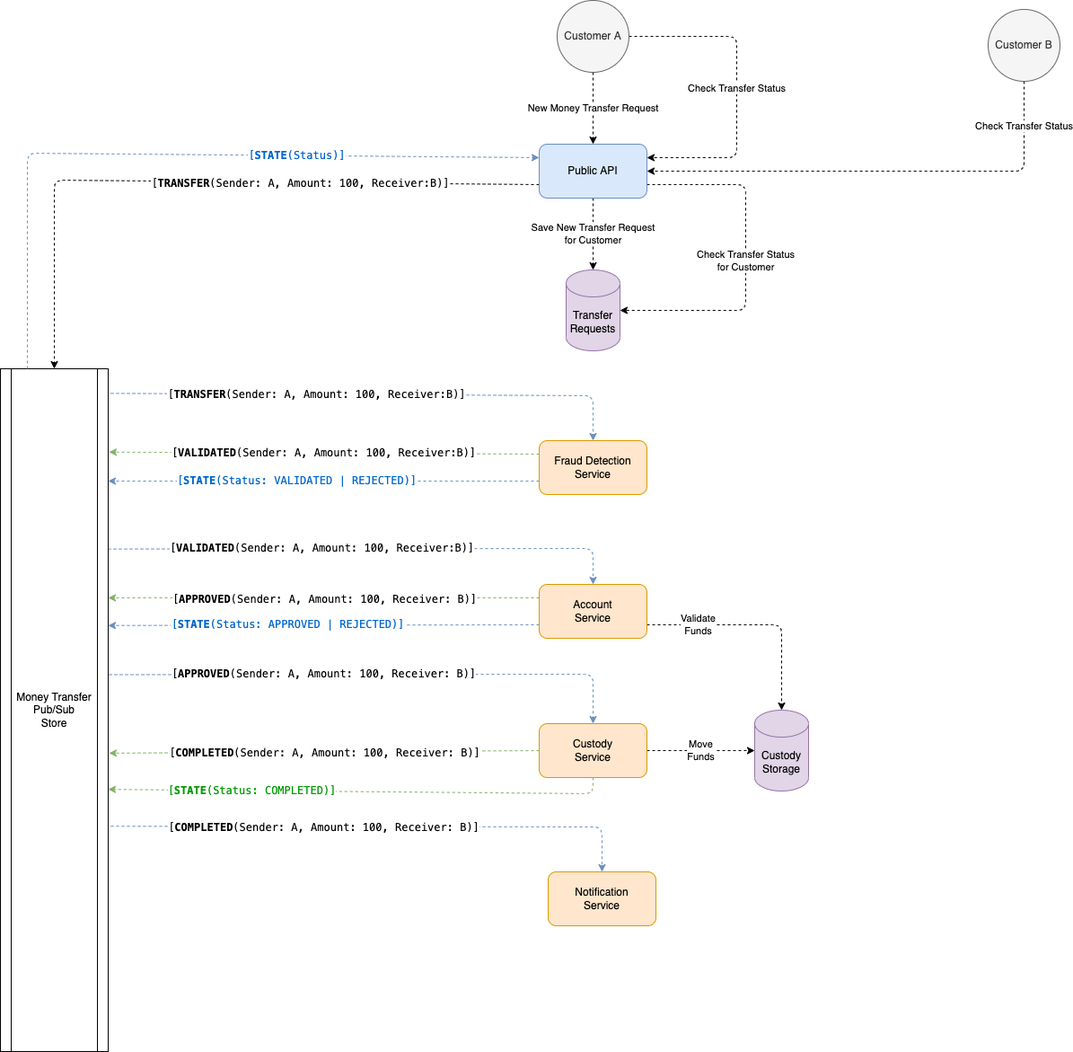
Above: docs/flow.drawio.png in sujitdmello/java-banking-pubsub-dapr-sample (draw.io), before the change. Source tidied: cells renumbered, new cells last; positions are measured from the earlier drawing's top-left corner, leaving out a move shared by most shapes.
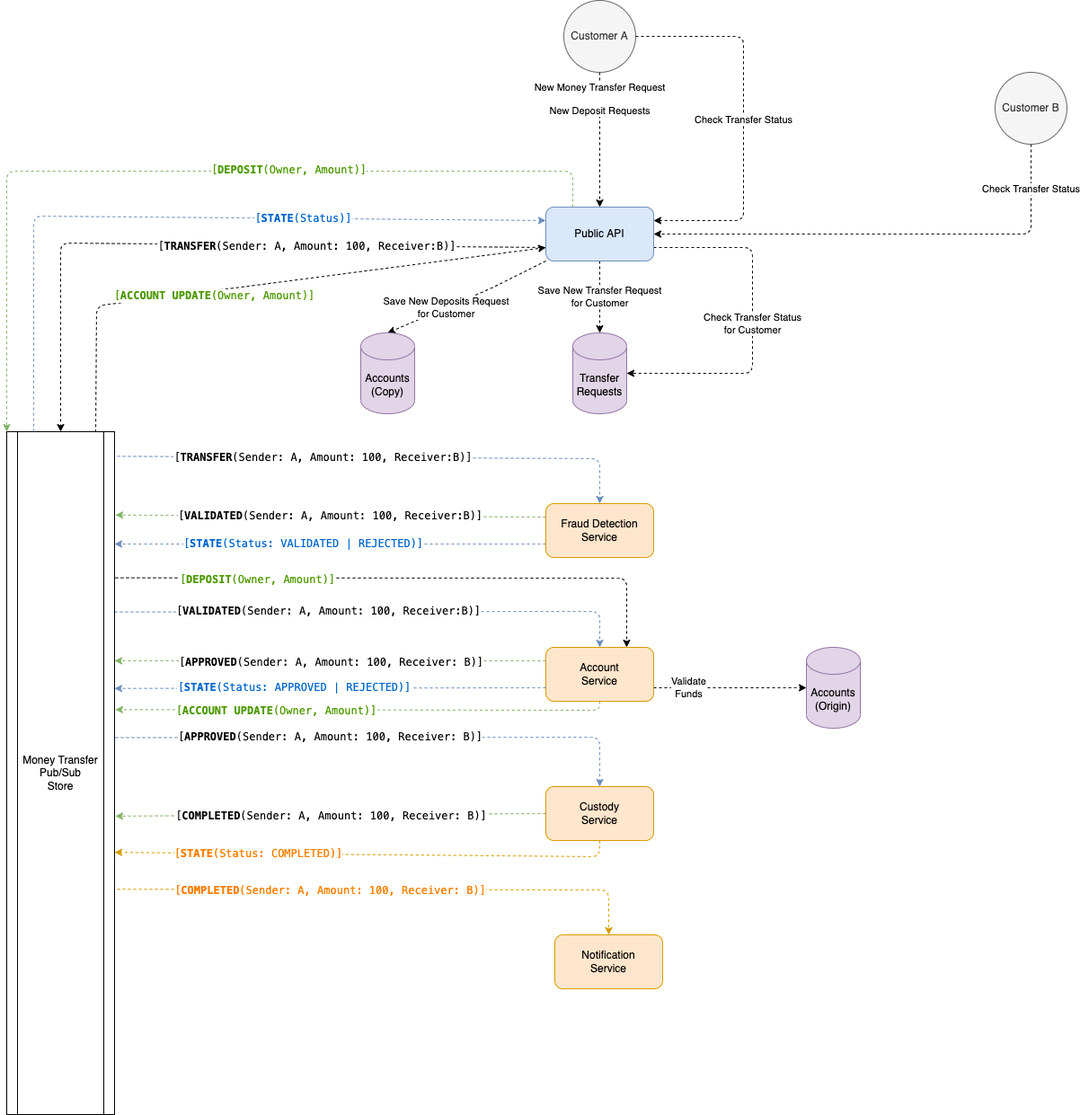
After the commit.

Commit message:
updated implementation with account copy approach

The edit, as a diff of the source:
```diff
@@ -2,19 +2,19 @@
   <root>
     <mxCell id="0" />
     <mxCell id="1" parent="0" />
-    <mxCell id="2" value="New Money Transfer Request" style="edgeStyle=none;html=1;entryX=0.5;entryY=0;entryDx=0;entryDy=0;dashed=1;" parent="1" edge="1" source="4" target="8">
-      <mxGeometry relative="1" as="geometry" />
+    <mxCell id="2" value="New Money Transfer Request&lt;br&gt;&lt;br&gt;New Deposit Requests" style="edgeStyle=none;html=1;entryX=0.5;entryY=0;entryDx=0;entryDy=0;dashed=1;" parent="1" edge="1" source="4" target="8">
+      <mxGeometry x="-0.6" relative="1" as="geometry" />
     </mxCell>
     <mxCell id="3" value="Check Transfer Status" style="edgeStyle=none;html=1;entryX=1;entryY=0.25;entryDx=0;entryDy=0;exitX=1;exitY=0.5;exitDx=0;exitDy=0;dashed=1;" parent="1" edge="1" source="4" target="8">
       <mxGeometry relative="1" as="geometry">
         <Array as="points">
-          <mxPoint x="820" y="40" />
+          <mxPoint x="820" y="-30" />
           <mxPoint x="820" y="175" />
         </Array>
       </mxGeometry>
     </mxCell>
     <mxCell id="4" value="Customer A" style="ellipse;whiteSpace=wrap;html=1;fillColor=#f5f5f5;fontColor=#333333;strokeColor=#666666;" parent="1" vertex="1">
-      <mxGeometry x="620" width="80" height="80" as="geometry" />
+      <mxGeometry x="620" y="-70" width="80" height="80" as="geometry" />
     </mxCell>
     <mxCell id="5" value="&lt;div style=&quot;font-family: &amp;quot;Cascadia Code Mono&amp;quot;, Menlo, Monaco, &amp;quot;Courier New&amp;quot;, monospace, Menlo, Monaco, &amp;quot;Courier New&amp;quot;, monospace; font-size: 12px; line-height: 18px;&quot;&gt;[&lt;b&gt;TRANSFER&lt;/b&gt;(Sender: A, Amount: 100, Receiver:B)]&lt;/div&gt;" style="edgeStyle=none;html=1;entryX=0.5;entryY=0;entryDx=0;entryDy=0;dashed=1;exitX=0;exitY=0.75;exitDx=0;exitDy=0;" parent="1" edge="1" source="8" target="15">
       <mxGeometry x="-0.29" relative="1" as="geometry">
@@ -34,6 +34,27 @@
         </Array>
       </mxGeometry>
     </mxCell>
+    <mxCell id="35" style="edgeStyle=none;html=1;entryX=0.5;entryY=0;entryDx=0;entryDy=0;entryPerimeter=0;dashed=1;" parent="1" edge="1" source="8" target="45">
+      <mxGeometry relative="1" as="geometry">
+        <Array as="points">
+          <mxPoint x="540" y="250" />
+        </Array>
+      </mxGeometry>
+    </mxCell>
+    <mxCell id="36" value="Save New Deposits Request&lt;br style=&quot;border-color: var(--border-color);&quot;&gt;for Customer" style="edgeLabel;html=1;align=center;verticalAlign=middle;" parent="35" vertex="1">
+      <mxGeometry x="0.28" y="-1" relative="1" as="geometry" />
+    </mxCell>
+    <mxCell id="37" style="edgeStyle=none;html=1;entryX=0;entryY=0;entryDx=0;entryDy=0;dashed=1;exitX=0.25;exitY=0;exitDx=0;exitDy=0;fillColor=#d5e8d4;strokeColor=#82b366;" parent="1" edge="1" source="8" target="15">
+      <mxGeometry relative="1" as="geometry">
+        <Array as="points">
+          <mxPoint x="630" y="120" />
+          <mxPoint y="120" />
+        </Array>
+      </mxGeometry>
+    </mxCell>
+    <mxCell id="38" value="&lt;span style=&quot;border-color: var(--border-color); font-family: &amp;quot;Cascadia Code Mono&amp;quot;, Menlo, Monaco, &amp;quot;Courier New&amp;quot;, monospace, Menlo, Monaco, &amp;quot;Courier New&amp;quot;, monospace; font-size: 12px;&quot;&gt;[&lt;b style=&quot;border-color: var(--border-color);&quot;&gt;DEPOSIT&lt;/b&gt;&lt;/span&gt;&lt;span style=&quot;border-color: var(--border-color); font-family: &amp;quot;Cascadia Code Mono&amp;quot;, Menlo, Monaco, &amp;quot;Courier New&amp;quot;, monospace, Menlo, Monaco, &amp;quot;Courier New&amp;quot;, monospace; font-size: 12px;&quot;&gt;(Owner, Amount)]&lt;/span&gt;" style="edgeLabel;html=1;align=center;verticalAlign=middle;fontColor=#4D9900;" parent="37" vertex="1">
+      <mxGeometry x="-0.26" y="-2" relative="1" as="geometry" />
+    </mxCell>
     <mxCell id="8" value="Public API" style="rounded=1;whiteSpace=wrap;html=1;fillColor=#dae8fc;strokeColor=#6c8ebf;" parent="1" vertex="1">
       <mxGeometry x="600" y="160" width="120" height="60" as="geometry" />
     </mxCell>
@@ -63,18 +84,40 @@
         </Array>
       </mxGeometry>
     </mxCell>
-    <mxCell id="13" style="edgeStyle=none;html=1;entryX=0.5;entryY=0;entryDx=0;entryDy=0;exitX=1.025;exitY=0.67;exitDx=0;exitDy=0;exitPerimeter=0;dashed=1;fillColor=#dae8fc;strokeColor=#6c8ebf;" parent="1" edge="1" source="15" target="28">
+    <mxCell id="13" style="edgeStyle=none;html=1;entryX=0.5;entryY=0;entryDx=0;entryDy=0;exitX=1.025;exitY=0.67;exitDx=0;exitDy=0;exitPerimeter=0;dashed=1;fillColor=#ffe6cc;strokeColor=#d79b00;" parent="1" edge="1" source="15" target="28">
       <mxGeometry relative="1" as="geometry">
         <Array as="points">
           <mxPoint x="670" y="920" />
         </Array>
       </mxGeometry>
     </mxCell>
-    <mxCell id="14" value="&lt;span style=&quot;font-family: &amp;quot;Cascadia Code Mono&amp;quot;, Menlo, Monaco, &amp;quot;Courier New&amp;quot;, monospace, Menlo, Monaco, &amp;quot;Courier New&amp;quot;, monospace; font-size: 12px;&quot;&gt;[&lt;/span&gt;&lt;b style=&quot;border-color: var(--border-color); font-family: &amp;quot;Cascadia Code Mono&amp;quot;, Menlo, Monaco, &amp;quot;Courier New&amp;quot;, monospace, Menlo, Monaco, &amp;quot;Courier New&amp;quot;, monospace; font-size: 12px;&quot;&gt;COMPLETED&lt;/b&gt;&lt;span style=&quot;font-family: &amp;quot;Cascadia Code Mono&amp;quot;, Menlo, Monaco, &amp;quot;Courier New&amp;quot;, monospace, Menlo, Monaco, &amp;quot;Courier New&amp;quot;, monospace; font-size: 12px;&quot;&gt;(Sender: A, Amount: 100, Receiver: B)]&lt;/span&gt;" style="edgeLabel;html=1;align=center;verticalAlign=middle;" parent="13" vertex="1">
+    <mxCell id="14" value="&lt;span style=&quot;font-family: &amp;quot;Cascadia Code Mono&amp;quot;, Menlo, Monaco, &amp;quot;Courier New&amp;quot;, monospace, Menlo, Monaco, &amp;quot;Courier New&amp;quot;, monospace; font-size: 12px;&quot;&gt;[&lt;/span&gt;&lt;b style=&quot;border-color: var(--border-color); font-family: &amp;quot;Cascadia Code Mono&amp;quot;, Menlo, Monaco, &amp;quot;Courier New&amp;quot;, monospace, Menlo, Monaco, &amp;quot;Courier New&amp;quot;, monospace; font-size: 12px;&quot;&gt;COMPLETED&lt;/b&gt;&lt;span style=&quot;font-family: &amp;quot;Cascadia Code Mono&amp;quot;, Menlo, Monaco, &amp;quot;Courier New&amp;quot;, monospace, Menlo, Monaco, &amp;quot;Courier New&amp;quot;, monospace; font-size: 12px;&quot;&gt;(Sender: A, Amount: 100, Receiver: B)]&lt;/span&gt;" style="edgeLabel;html=1;align=center;verticalAlign=middle;fontColor=#FF8000;" parent="13" vertex="1">
       <mxGeometry x="-0.72" y="-1" relative="1" as="geometry">
         <mxPoint x="154" as="offset" />
       </mxGeometry>
     </mxCell>
+    <mxCell id="39" style="edgeStyle=none;html=1;entryX=0.75;entryY=0;entryDx=0;entryDy=0;dashed=1;exitX=1.008;exitY=0.214;exitDx=0;exitDy=0;exitPerimeter=0;" parent="1" edge="1" source="15" target="22">
+      <mxGeometry relative="1" as="geometry">
+        <Array as="points">
+          <mxPoint x="690" y="573" />
+        </Array>
+      </mxGeometry>
+    </mxCell>
+    <mxCell id="40" value="&lt;span style=&quot;border-color: var(--border-color); font-family: &amp;quot;Cascadia Code Mono&amp;quot;, Menlo, Monaco, &amp;quot;Courier New&amp;quot;, monospace, Menlo, Monaco, &amp;quot;Courier New&amp;quot;, monospace; font-size: 12px;&quot;&gt;[&lt;b style=&quot;border-color: var(--border-color);&quot;&gt;DEPOSIT&lt;/b&gt;&lt;/span&gt;&lt;span style=&quot;border-color: var(--border-color); font-family: &amp;quot;Cascadia Code Mono&amp;quot;, Menlo, Monaco, &amp;quot;Courier New&amp;quot;, monospace, Menlo, Monaco, &amp;quot;Courier New&amp;quot;, monospace; font-size: 12px;&quot;&gt;(Owner, Amount)]&lt;/span&gt;" style="edgeLabel;html=1;align=center;verticalAlign=middle;fontColor=#4D9900;" parent="39" vertex="1">
+      <mxGeometry x="-0.51" y="-2" relative="1" as="geometry" />
+    </mxCell>
+    <mxCell id="41" style="edgeStyle=none;html=1;entryX=0;entryY=0.75;entryDx=0;entryDy=0;dashed=1;exitX=0.825;exitY=0.001;exitDx=0;exitDy=0;exitPerimeter=0;" parent="1" edge="1" source="15" target="8">
+      <mxGeometry relative="1" as="geometry">
+        <Array as="points">
+          <mxPoint x="100" y="270" />
+        </Array>
+      </mxGeometry>
+    </mxCell>
+    <mxCell id="42" value="&lt;span style=&quot;border-color: var(--border-color); font-family: &amp;quot;Cascadia Code Mono&amp;quot;, Menlo, Monaco, &amp;quot;Courier New&amp;quot;, monospace, Menlo, Monaco, &amp;quot;Courier New&amp;quot;, monospace; font-size: 12px;&quot;&gt;[&lt;b style=&quot;border-color: var(--border-color);&quot;&gt;ACCOUNT UPDATE&lt;/b&gt;&lt;/span&gt;&lt;span style=&quot;border-color: var(--border-color); font-family: &amp;quot;Cascadia Code Mono&amp;quot;, Menlo, Monaco, &amp;quot;Courier New&amp;quot;, monospace, Menlo, Monaco, &amp;quot;Courier New&amp;quot;, monospace; font-size: 12px;&quot;&gt;(Owner, Amount)]&lt;/span&gt;" style="edgeLabel;html=1;align=center;verticalAlign=middle;fontColor=#4D9900;" parent="41" vertex="1">
+      <mxGeometry x="-0.35" y="3" relative="1" as="geometry">
+        <mxPoint x="61" y="1" as="offset" />
+      </mxGeometry>
+    </mxCell>
     <mxCell id="15" value="Money Transfer&lt;br&gt;Pub/Sub&lt;br&gt;Store" style="shape=process;whiteSpace=wrap;html=1;backgroundOutline=1;" parent="1" vertex="1">
       <mxGeometry y="410" width="120" height="760" as="geometry" />
     </mxCell>
@@ -89,7 +132,7 @@
     <mxCell id="18" value="Fraud Detection&lt;br&gt;Service" style="rounded=1;whiteSpace=wrap;html=1;fillColor=#ffe6cc;strokeColor=#d79b00;" parent="1" vertex="1">
       <mxGeometry x="600" y="490" width="120" height="60" as="geometry" />
     </mxCell>
-    <mxCell id="19" value="Validate&lt;br&gt;Funds" style="edgeStyle=none;html=1;dashed=1;entryX=0.5;entryY=0;entryDx=0;entryDy=0;entryPerimeter=0;exitX=1;exitY=0.75;exitDx=0;exitDy=0;" parent="1" edge="1" source="22" target="27">
+    <mxCell id="19" value="Validate&lt;br&gt;Funds" style="edgeStyle=none;html=1;dashed=1;entryX=0;entryY=0.5;entryDx=0;entryDy=0;entryPerimeter=0;exitX=1;exitY=0.75;exitDx=0;exitDy=0;" parent="1" edge="1" source="22" target="27">
       <mxGeometry x="-0.54" relative="1" as="geometry">
         <Array as="points">
           <mxPoint x="870" y="695" />
@@ -106,12 +149,21 @@
         <mxPoint x="108" y="-1" as="offset" />
       </mxGeometry>
     </mxCell>
+    <mxCell id="43" style="edgeStyle=none;html=1;entryX=1.008;entryY=0.407;entryDx=0;entryDy=0;entryPerimeter=0;dashed=1;exitX=0.5;exitY=1;exitDx=0;exitDy=0;fillColor=#d5e8d4;strokeColor=#82b366;" parent="1" edge="1" source="22" target="15">
+      <mxGeometry relative="1" as="geometry">
+        <Array as="points">
+          <mxPoint x="660" y="720" />
+        </Array>
+      </mxGeometry>
+    </mxCell>
+    <mxCell id="44" value="&lt;span style=&quot;border-color: var(--border-color); font-family: &amp;quot;Cascadia Code Mono&amp;quot;, Menlo, Monaco, &amp;quot;Courier New&amp;quot;, monospace, Menlo, Monaco, &amp;quot;Courier New&amp;quot;, monospace; font-size: 12px;&quot;&gt;[&lt;b style=&quot;border-color: var(--border-color);&quot;&gt;ACCOUNT UPDATE&lt;/b&gt;&lt;/span&gt;&lt;span style=&quot;border-color: var(--border-color); font-family: &amp;quot;Cascadia Code Mono&amp;quot;, Menlo, Monaco, &amp;quot;Courier New&amp;quot;, monospace, Menlo, Monaco, &amp;quot;Courier New&amp;quot;, monospace; font-size: 12px;&quot;&gt;(Owner, Amount)]&lt;/span&gt;" style="edgeLabel;html=1;align=center;verticalAlign=middle;fontColor=#4D9900;" parent="43" vertex="1">
+      <mxGeometry x="0.65" y="3" relative="1" as="geometry">
+        <mxPoint x="84" y="-2" as="offset" />
+      </mxGeometry>
+    </mxCell>
     <mxCell id="22" value="Account&lt;br&gt;Service" style="rounded=1;whiteSpace=wrap;html=1;fillColor=#ffe6cc;strokeColor=#d79b00;" parent="1" vertex="1">
       <mxGeometry x="600" y="650" width="120" height="60" as="geometry" />
     </mxCell>
-    <mxCell id="23" value="Move&lt;br&gt;Funds" style="edgeStyle=none;html=1;entryX=0;entryY=0.5;entryDx=0;entryDy=0;entryPerimeter=0;dashed=1;" parent="1" edge="1" source="26" target="27">
-      <mxGeometry relative="1" as="geometry" />
-    </mxCell>
     <mxCell id="24" style="edgeStyle=none;html=1;entryX=1.008;entryY=0.563;entryDx=0;entryDy=0;entryPerimeter=0;dashed=1;fillColor=#d5e8d4;strokeColor=#82b366;exitX=0;exitY=0.5;exitDx=0;exitDy=0;" parent="1" edge="1" source="26" target="15">
       <mxGeometry relative="1" as="geometry" />
     </mxCell>
@@ -123,8 +175,8 @@
     <mxCell id="26" value="Custody&lt;br&gt;Service" style="rounded=1;whiteSpace=wrap;html=1;fillColor=#ffe6cc;strokeColor=#d79b00;" parent="1" vertex="1">
       <mxGeometry x="600" y="805" width="120" height="60" as="geometry" />
     </mxCell>
-    <mxCell id="27" value="Custody&lt;br&gt;Storage" style="shape=cylinder3;whiteSpace=wrap;html=1;boundedLbl=1;backgroundOutline=1;size=15;fillColor=#e1d5e7;strokeColor=#9673a6;" parent="1" vertex="1">
-      <mxGeometry x="840" y="790" width="60" height="90" as="geometry" />
+    <mxCell id="27" value="Accounts&lt;br&gt;(Origin)" style="shape=cylinder3;whiteSpace=wrap;html=1;boundedLbl=1;backgroundOutline=1;size=15;fillColor=#e1d5e7;strokeColor=#9673a6;" parent="1" vertex="1">
+      <mxGeometry x="890" y="650" width="60" height="90" as="geometry" />
     </mxCell>
     <mxCell id="28" value="Notification&lt;br&gt;Service" style="rounded=1;whiteSpace=wrap;html=1;fillColor=#ffe6cc;strokeColor=#d79b00;" parent="1" vertex="1">
       <mxGeometry x="610" y="970" width="120" height="60" as="geometry" />
@@ -152,12 +204,15 @@
         </Array>
       </mxGeometry>
     </mxCell>
-    <mxCell id="34" value="&lt;span style=&quot;border-color: var(--border-color); font-family: &amp;quot;Cascadia Code Mono&amp;quot;, Menlo, Monaco, &amp;quot;Courier New&amp;quot;, monospace, Menlo, Monaco, &amp;quot;Courier New&amp;quot;, monospace; font-size: 12px;&quot;&gt;[&lt;b style=&quot;border-color: var(--border-color);&quot;&gt;STATE&lt;/b&gt;&lt;/span&gt;&lt;span style=&quot;border-color: var(--border-color); font-family: &amp;quot;Cascadia Code Mono&amp;quot;, Menlo, Monaco, &amp;quot;Courier New&amp;quot;, monospace, Menlo, Monaco, &amp;quot;Courier New&amp;quot;, monospace; font-size: 12px;&quot;&gt;(Status: COMPLETED)]&lt;/span&gt;" style="edgeStyle=none;html=1;dashed=1;fontColor=#009900;exitX=0.5;exitY=1;exitDx=0;exitDy=0;fillColor=#d5e8d4;strokeColor=#82b366;entryX=1;entryY=0.616;entryDx=0;entryDy=0;entryPerimeter=0;" parent="1" edge="1" source="26" target="15">
+    <mxCell id="34" value="&lt;span style=&quot;border-color: var(--border-color); font-family: &amp;quot;Cascadia Code Mono&amp;quot;, Menlo, Monaco, &amp;quot;Courier New&amp;quot;, monospace, Menlo, Monaco, &amp;quot;Courier New&amp;quot;, monospace; font-size: 12px;&quot;&gt;[&lt;b style=&quot;border-color: var(--border-color);&quot;&gt;STATE&lt;/b&gt;&lt;/span&gt;&lt;span style=&quot;border-color: var(--border-color); font-family: &amp;quot;Cascadia Code Mono&amp;quot;, Menlo, Monaco, &amp;quot;Courier New&amp;quot;, monospace, Menlo, Monaco, &amp;quot;Courier New&amp;quot;, monospace; font-size: 12px;&quot;&gt;(Status: COMPLETED)]&lt;/span&gt;" style="edgeStyle=none;html=1;dashed=1;fontColor=#FF8000;exitX=0.5;exitY=1;exitDx=0;exitDy=0;fillColor=#ffe6cc;strokeColor=#d79b00;entryX=1;entryY=0.616;entryDx=0;entryDy=0;entryPerimeter=0;" parent="1" edge="1" source="26" target="15">
       <mxGeometry x="0.43" relative="1" as="geometry">
         <Array as="points">
           <mxPoint x="660" y="883" />
         </Array>
       </mxGeometry>
     </mxCell>
+    <mxCell id="45" value="Accounts&lt;br&gt;(Copy)" style="shape=cylinder3;whiteSpace=wrap;html=1;boundedLbl=1;backgroundOutline=1;size=15;fillColor=#e1d5e7;strokeColor=#9673a6;" parent="1" vertex="1">
+      <mxGeometry x="394" y="300" width="60" height="90" as="geometry" />
+    </mxCell>
   </root>
 </mxGraphModel>
```
